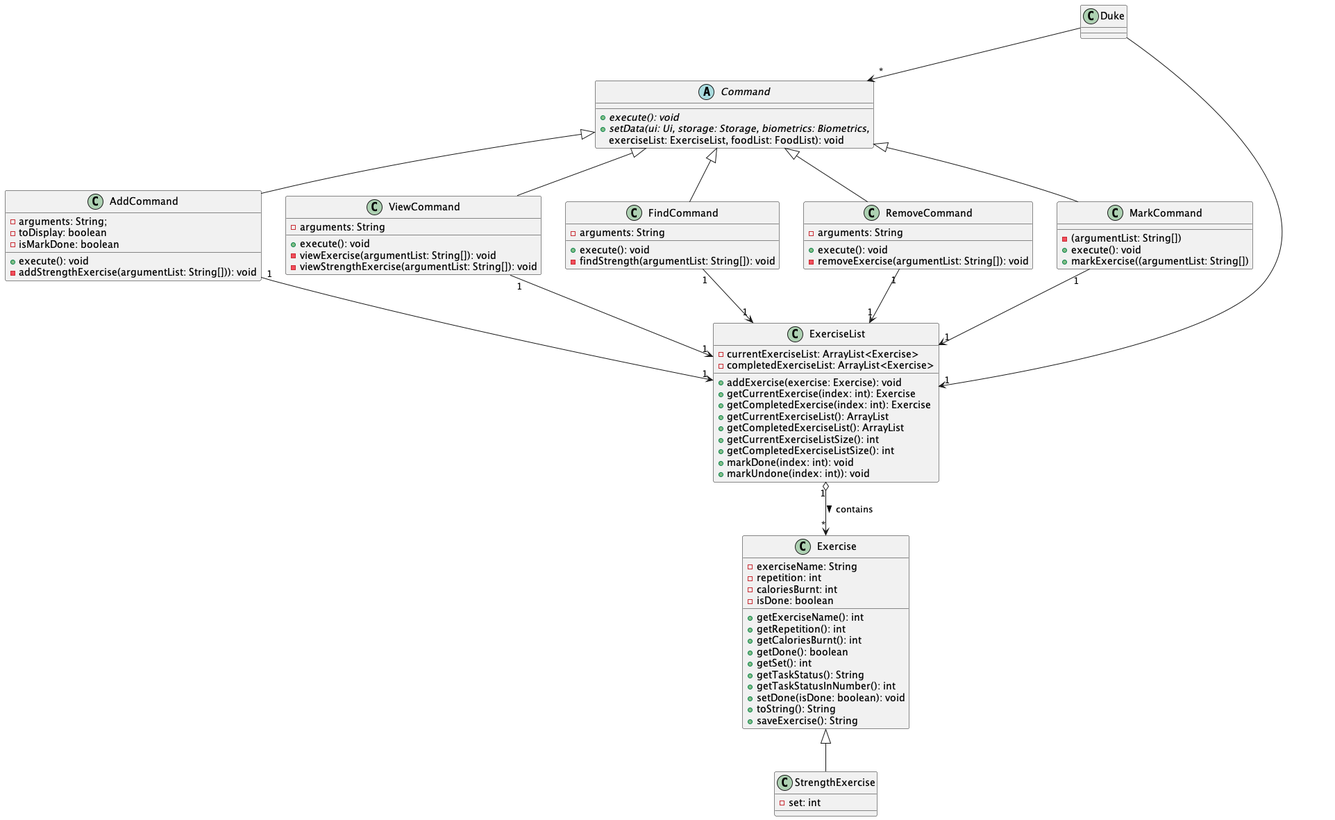
Above: docs/UmlDiagrams/StrengthExercise.png in nus-cs2113-AY2223S1/tp (PlantUML), before the change.
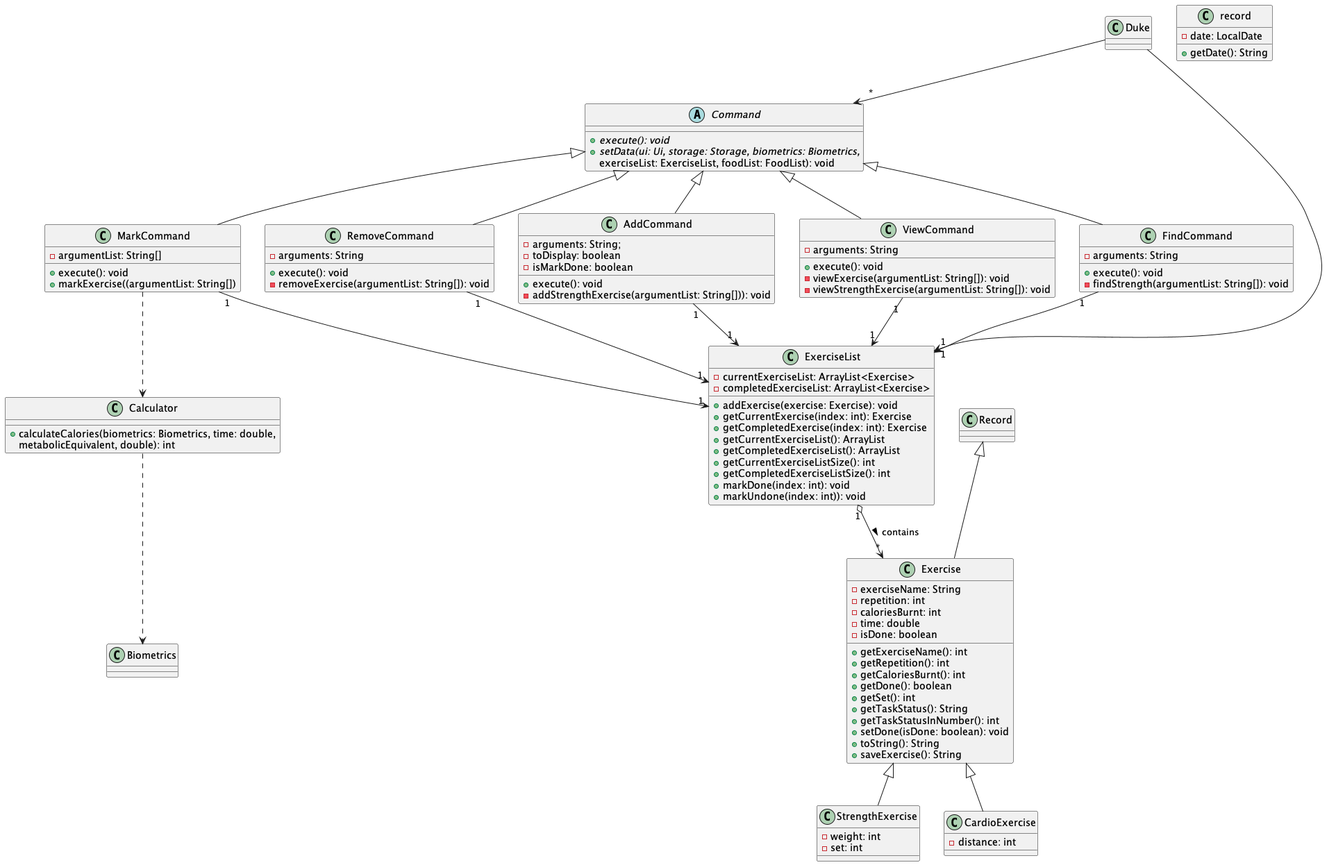
The same file after the commit.

Commit message:
Add mark exercise and  add strength exercise to developer guide

What changed in the source:
```diff
@@ -20,10 +20,16 @@
 +markUndone(index: int)): void
 }
 
+class record {
+-date: LocalDate
++getDate(): String
+}
+
 class Exercise {
 -exerciseName: String
 -repetition: int
 -caloriesBurnt: int
+-time: double
 -isDone: boolean
 +getExerciseName(): int
 +getRepetition(): int
@@ -38,7 +44,12 @@
 }
 
 class StrengthExercise {
+-weight: int
 -set: int
+}
+
+class CardioExercise{
+-distance: int
 }
 
 class AddCommand {
@@ -69,9 +80,14 @@
 }
 
 class MarkCommand {
--(argumentList: String[])
+-argumentList: String[]
 +execute(): void
 +markExercise((argumentList: String[])
+}
+
+class Calculator {
++calculateCalories(biometrics: Biometrics, time: double,
+metabolicEquivalent, double): int
 }
 
 Duke --> "1"ExerciseList
@@ -81,10 +97,14 @@
 Command <|-- ViewCommand
 Command <|-- RemoveCommand
 Command <|-- FindCommand
+Record <|-- Exercise
 ExerciseList "1" o--> "*"Exercise : contains >
 Exercise <|-- StrengthExercise
+Exercise <|-- CardioExercise
 AddCommand "1"--> "1"ExerciseList
 MarkCommand "1"--> "1"ExerciseList
+MarkCommand ..> Calculator
+Calculator ..> Biometrics
 ViewCommand "1"--> "1"ExerciseList
 RemoveCommand "1"--> "1"ExerciseList
 FindCommand "1"--> "1"ExerciseList
```
